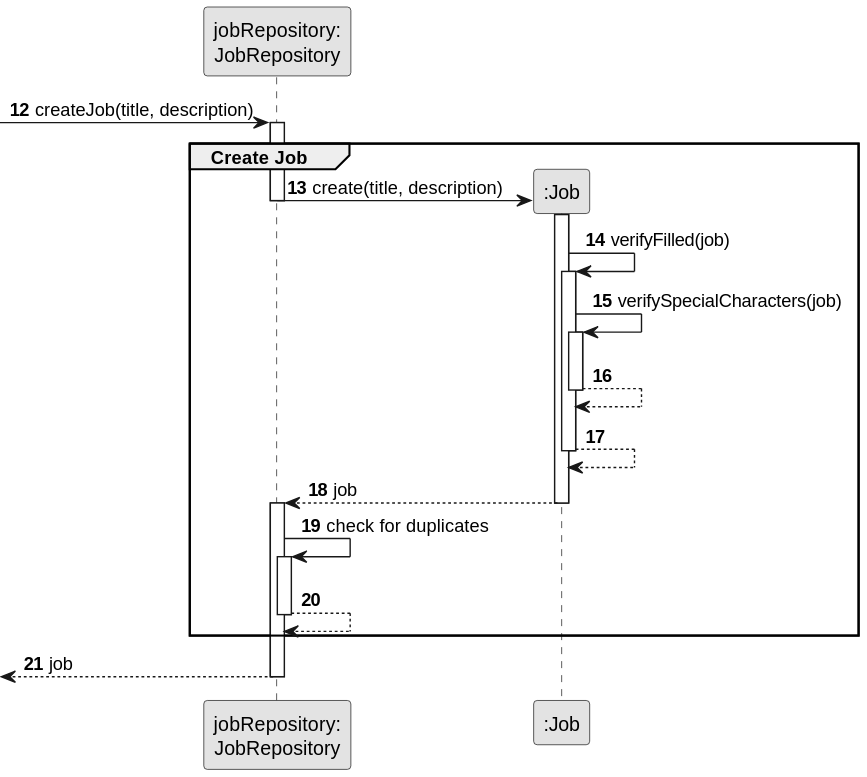
Above: docs/sprintB/us002/03.design/svg/us002-sequence-diagram-partial-create-job.svg in ricardomm7/leaflink (PlantUML), before the change. Source of this version:
```plantuml
@startuml
skinparam monochrome true
skinparam packageStyle rectangle
skinparam shadowing false

autonumber 12

participant "jobRepository:\nJobRepository" as JobRepository
participant ":Job" as Job
-> JobRepository : createJob(title, description)
activate JobRepository

group Create Job

    JobRepository -> Job** : create(title, description)
    deactivate JobRepository
        activate Job

    Job -> Job : verifyFilled(job)
        activate Job
        Job -> Job : verifySpecialCharacters(job)
        activate Job
        Job --> Job
        deactivate Job
    Job --> Job
    deactivate Job
    Job --> JobRepository : job
    deactivate Job
    activate JobRepository
    JobRepository -> JobRepository : check for duplicates
    activate JobRepository
    JobRepository --> JobRepository
deactivate JobRepository
    deactivate Job
end
<-- JobRepository : job
deactivate JobRepository
deactivate JobRepository
@enduml
```
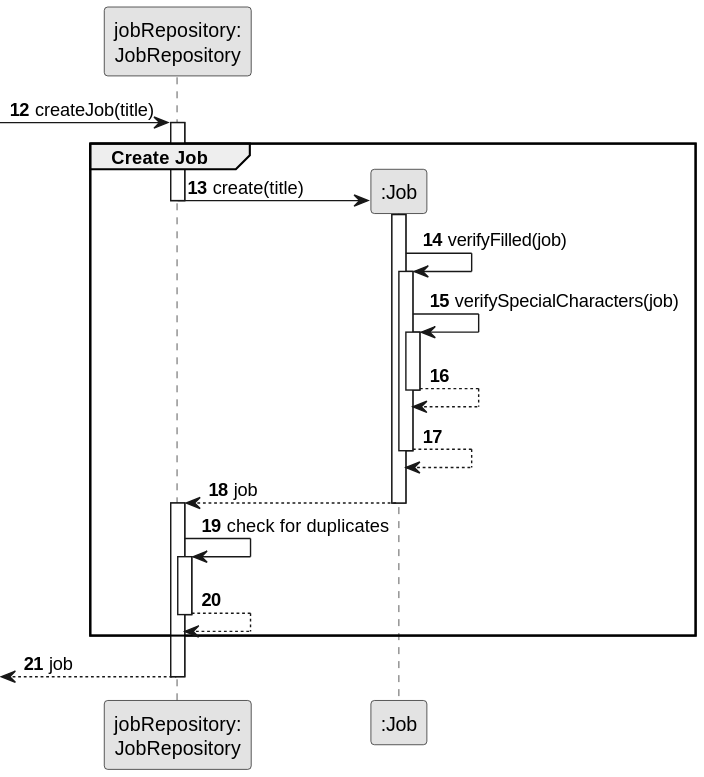
After the change.

Diff of the diagram source:
```diff
@@ -7,12 +7,12 @@
 
 participant "jobRepository:\nJobRepository" as JobRepository
 participant ":Job" as Job
--> JobRepository : createJob(title, description)
+-> JobRepository : createJob(title)
 activate JobRepository
 
 group Create Job
 
-    JobRepository -> Job** : create(title, description)
+    JobRepository -> Job** : create(title)
     deactivate JobRepository
         activate Job
 
```
